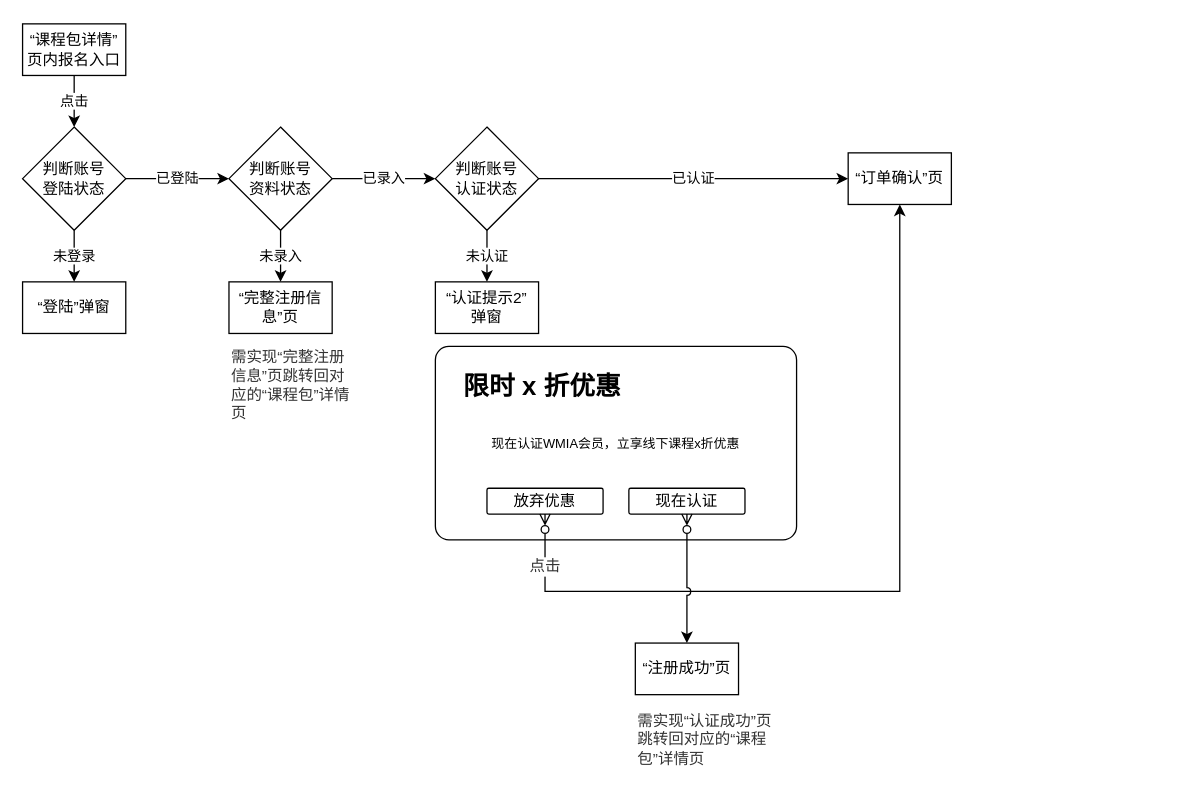
teengrouns/diagrams keeps this draw.io diagram as page "线下课程与报名" (7 of 10) of miaDentist_P2.drawio. Above is the earlier version. Source tidied: cells renumbered, new cells numbered last; positions are measured from the earlier drawing's top-left corner, leaving out a move shared by most shapes. Both pictures are drawn from the tidied source at 129%, with x=0, y=0 at pixel (22, 23).
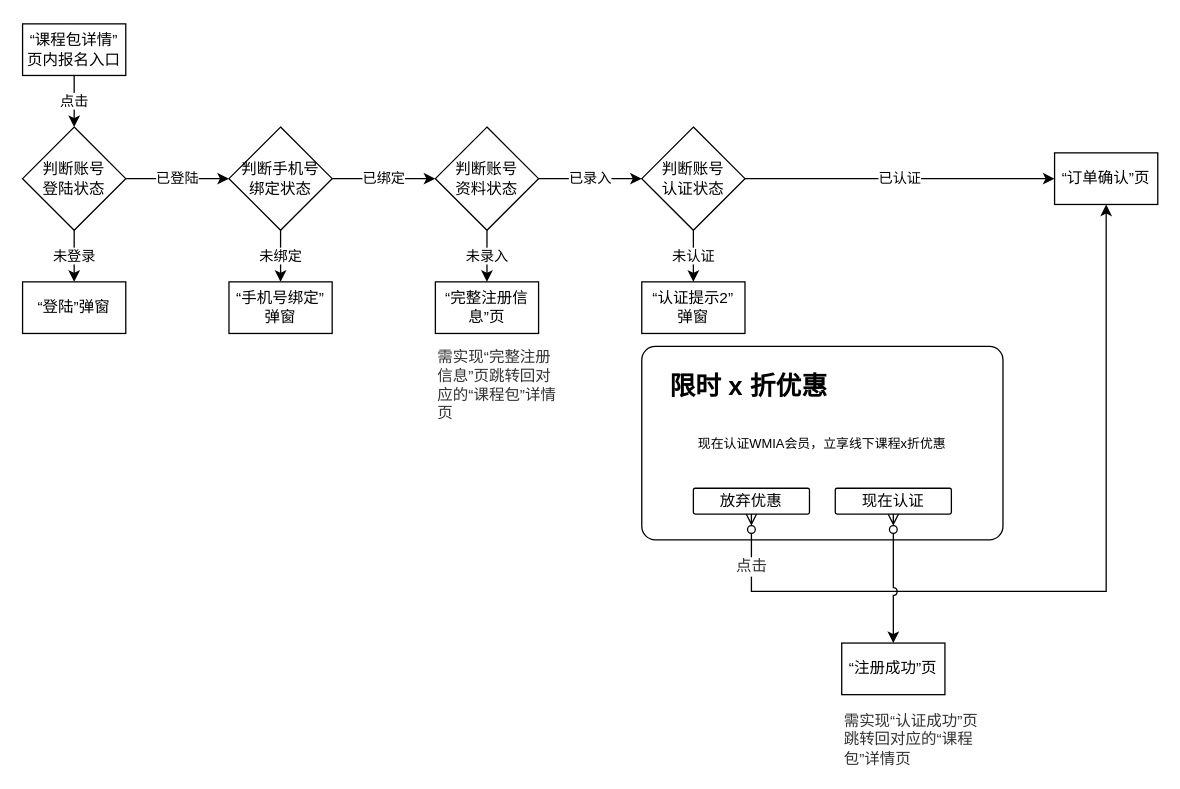
After the change.

Unchanged cells that the change refers to:
```xml
<mxCell id="15" value="放弃优惠" style="rounded=1;whiteSpace=wrap;html=1;arcSize=7;" parent="11" vertex="1">
  <mxGeometry x="40" y="110" width="90" height="20" as="geometry" />
</mxCell>
<mxCell id="16" value="现在认证" style="rounded=1;whiteSpace=wrap;html=1;arcSize=7;" parent="11" vertex="1">
  <mxGeometry x="150" y="110" width="90" height="20" as="geometry" />
</mxCell>
```

What changed in the source:
```diff
@@
-    <mxCell id="2" style="group;" parent="1" vertex="1">
-      <mxGeometry width="720" height="570" as="geometry" />
-    </mxCell>
+    <mxCell id="29" style="group;" parent="1" vertex="1">
+      <mxGeometry width="880" height="570" as="geometry" />
+    </mxCell>
-    <mxCell id="3" value="“课程包详情”页内报名入口" style="rounded=0;whiteSpace=wrap;html=1;" parent="2" vertex="1">
+    <mxCell id="3" value="“课程包详情”页内报名入口" style="rounded=0;whiteSpace=wrap;html=1;" parent="29" vertex="1">
       <mxGeometry width="80" height="40" as="geometry" />
     </mxCell>
-    <mxCell id="4" value="判断账号&lt;br&gt;登陆状态" style="rhombus;whiteSpace=wrap;html=1;" parent="2" vertex="1">
+    <mxCell id="4" value="判断账号&lt;br&gt;登陆状态" style="rhombus;whiteSpace=wrap;html=1;" parent="29" vertex="1">
       <mxGeometry y="80" width="80" height="80" as="geometry" />
     </mxCell>
-    <mxCell id="5" value="点击" style="edgeStyle=orthogonalEdgeStyle;rounded=0;jettySize=auto;html=1;entryX=0.5;entryY=0;entryDx=0;entryDy=0;" parent="2" edge="1" source="3" target="4">
+    <mxCell id="5" value="点击" style="edgeStyle=orthogonalEdgeStyle;rounded=0;jettySize=auto;html=1;entryX=0.5;entryY=0;entryDx=0;entryDy=0;" parent="29" edge="1" source="3" target="4">
       <mxGeometry relative="1" as="geometry" />
     </mxCell>
-    <mxCell id="6" value="“登陆”弹窗" style="rounded=0;whiteSpace=wrap;html=1;" parent="2" vertex="1">
+    <mxCell id="6" value="“登陆”弹窗" style="rounded=0;whiteSpace=wrap;html=1;" parent="29" vertex="1">
       <mxGeometry y="200" width="80" height="40" as="geometry" />
     </mxCell>
-    <mxCell id="7" value="未登录" style="edgeStyle=orthogonalEdgeStyle;rounded=0;jettySize=auto;html=1;entryX=0.5;entryY=0;entryDx=0;entryDy=0;" parent="2" edge="1" source="4" target="6">
+    <mxCell id="7" value="未登录" style="edgeStyle=orthogonalEdgeStyle;rounded=0;jettySize=auto;html=1;entryX=0.5;entryY=0;entryDx=0;entryDy=0;" parent="29" edge="1" source="4" target="6">
       <mxGeometry relative="1" as="geometry" />
     </mxCell>
-    <mxCell id="8" value="判断账号&lt;br&gt;认证状态" style="rhombus;whiteSpace=wrap;html=1;" parent="2" vertex="1">
-      <mxGeometry x="320" y="80" width="80" height="80" as="geometry" />
+    <mxCell id="8" value="判断账号&lt;br&gt;认证状态" style="rhombus;whiteSpace=wrap;html=1;" parent="29" vertex="1">
+      <mxGeometry x="480" y="80" width="80" height="80" as="geometry" />
     </mxCell>
-    <mxCell id="9" value="“认证提示2”&lt;br&gt;弹窗" style="rounded=0;whiteSpace=wrap;html=1;" parent="2" vertex="1">
-      <mxGeometry x="320" y="200" width="80" height="40" as="geometry" />
+    <mxCell id="9" value="“认证提示2”&lt;br&gt;弹窗" style="rounded=0;whiteSpace=wrap;html=1;" parent="29" vertex="1">
+      <mxGeometry x="480" y="200" width="80" height="40" as="geometry" />
     </mxCell>
-    <mxCell id="10" value="未认证" style="edgeStyle=orthogonalEdgeStyle;rounded=0;jettySize=auto;html=1;entryX=0.5;entryY=0;entryDx=0;entryDy=0;" parent="2" edge="1" source="8" target="9">
+    <mxCell id="10" value="未认证" style="edgeStyle=orthogonalEdgeStyle;rounded=0;jettySize=auto;html=1;entryX=0.5;entryY=0;entryDx=0;entryDy=0;" parent="29" edge="1" source="8" target="9">
       <mxGeometry relative="1" as="geometry" />
     </mxCell>
-    <mxCell id="11" style="group;" parent="2" vertex="1">
-      <mxGeometry x="320" y="250" width="280" height="150" as="geometry" />
+    <mxCell id="11" style="group;" parent="29" vertex="1">
+      <mxGeometry x="480" y="250" width="280" height="150" as="geometry" />
     </mxCell>
@@
-    <mxCell id="17" value="“订单确认”页" style="rounded=0;whiteSpace=wrap;html=1;" parent="2" vertex="1">
-      <mxGeometry x="640" y="100" width="80" height="40" as="geometry" />
+    <mxCell id="17" value="“订单确认”页" style="rounded=0;whiteSpace=wrap;html=1;" parent="29" vertex="1">
+      <mxGeometry x="800" y="100" width="80" height="40" as="geometry" />
     </mxCell>
-    <mxCell id="18" value="已认证" style="edgeStyle=orthogonalEdgeStyle;rounded=0;jettySize=auto;html=1;entryX=0;entryY=0.5;entryDx=0;entryDy=0;" parent="2" edge="1" source="8" target="17">
+    <mxCell id="18" value="已认证" style="edgeStyle=orthogonalEdgeStyle;rounded=0;jettySize=auto;html=1;entryX=0;entryY=0.5;entryDx=0;entryDy=0;" parent="29" edge="1" source="8" target="17">
       <mxGeometry relative="1" as="geometry" />
     </mxCell>
-    <mxCell id="19" value="已录入" style="edgeStyle=orthogonalEdgeStyle;rounded=0;jettySize=auto;html=1;entryX=0;entryY=0.5;entryDx=0;entryDy=0;" parent="2" edge="1" source="20" target="8">
+    <mxCell id="19" value="已录入" style="edgeStyle=orthogonalEdgeStyle;rounded=0;jettySize=auto;html=1;entryX=0;entryY=0.5;entryDx=0;entryDy=0;" parent="29" edge="1" source="20" target="8">
       <mxGeometry relative="1" as="geometry" />
     </mxCell>
-    <mxCell id="20" value="判断账号&lt;br&gt;资料状态" style="rhombus;whiteSpace=wrap;html=1;" parent="2" vertex="1">
-      <mxGeometry x="160" y="80" width="80" height="80" as="geometry" />
+    <mxCell id="20" value="判断账号&lt;br&gt;资料状态" style="rhombus;whiteSpace=wrap;html=1;" parent="29" vertex="1">
+      <mxGeometry x="320" y="80" width="80" height="80" as="geometry" />
     </mxCell>
-    <mxCell id="21" value="已登陆" style="edgeStyle=orthogonalEdgeStyle;rounded=0;jettySize=auto;html=1;entryX=0;entryY=0.5;entryDx=0;entryDy=0;" parent="2" edge="1" source="4" target="20">
+    <mxCell id="21" value="已登陆" style="edgeStyle=orthogonalEdgeStyle;rounded=0;jettySize=auto;html=1;entryX=0;entryY=0.5;entryDx=0;entryDy=0;" parent="29" edge="1" source="4" target="31">
       <mxGeometry relative="1" as="geometry" />
     </mxCell>
-    <mxCell id="22" value="“完整注册信息”页" style="rounded=0;whiteSpace=wrap;html=1;" parent="2" vertex="1">
-      <mxGeometry x="160" y="200" width="80" height="40" as="geometry" />
+    <mxCell id="22" value="“完整注册信息”页" style="rounded=0;whiteSpace=wrap;html=1;" parent="29" vertex="1">
+      <mxGeometry x="320" y="200" width="80" height="40" as="geometry" />
     </mxCell>
-    <mxCell id="23" value="需实现“完整注册信息”页跳转回对应的“课程包”详情页" style="text;html=1;strokeColor=none;fillColor=none;align=left;verticalAlign=middle;whiteSpace=wrap;rounded=0;fontSize=12;fontColor=#333333;" parent="2" vertex="1">
-      <mxGeometry x="160" y="250" width="100" height="60" as="geometry" />
+    <mxCell id="23" value="需实现“完整注册信息”页跳转回对应的“课程包”详情页" style="text;html=1;strokeColor=none;fillColor=none;align=left;verticalAlign=middle;whiteSpace=wrap;rounded=0;fontSize=12;fontColor=#333333;" parent="29" vertex="1">
+      <mxGeometry x="320" y="250" width="100" height="60" as="geometry" />
     </mxCell>
-    <mxCell id="24" value="未录入" style="edgeStyle=orthogonalEdgeStyle;rounded=0;jettySize=auto;html=1;entryX=0.5;entryY=0;entryDx=0;entryDy=0;" parent="2" edge="1" source="20" target="22">
+    <mxCell id="24" value="未录入" style="edgeStyle=orthogonalEdgeStyle;rounded=0;jettySize=auto;html=1;entryX=0.5;entryY=0;entryDx=0;entryDy=0;" parent="29" edge="1" source="20" target="22">
       <mxGeometry relative="1" as="geometry" />
     </mxCell>
-    <mxCell id="25" value="点击" style="edgeStyle=orthogonalEdgeStyle;rounded=0;jumpStyle=arc;jettySize=auto;html=1;entryX=0.5;entryY=1;entryDx=0;entryDy=0;fontSize=12;fontColor=#333333;startArrow=ERzeroToMany;startFill=0;exitX=0.5;exitY=1;exitDx=0;exitDy=0;" parent="2" edge="1" source="15" target="17">
+    <mxCell id="25" value="点击" style="edgeStyle=orthogonalEdgeStyle;rounded=0;jumpStyle=arc;jettySize=auto;html=1;entryX=0.5;entryY=1;entryDx=0;entryDy=0;fontSize=12;fontColor=#333333;startArrow=ERzeroToMany;startFill=0;exitX=0.5;exitY=1;exitDx=0;exitDy=0;" parent="29" edge="1" source="15" target="17">
       <mxGeometry x="-0.87" relative="1" as="geometry">
         <Array as="points">
-          <mxPoint x="405" y="440" />
-          <mxPoint x="680" y="440" />
+          <mxPoint x="565" y="440" />
+          <mxPoint x="840" y="440" />
         </Array>
       </mxGeometry>
     </mxCell>
-    <mxCell id="26" value="“注册成功”页" style="rounded=0;whiteSpace=wrap;html=1;" parent="2" vertex="1">
-      <mxGeometry x="475" y="480" width="80" height="40" as="geometry" />
+    <mxCell id="26" value="“注册成功”页" style="rounded=0;whiteSpace=wrap;html=1;" parent="29" vertex="1">
+      <mxGeometry x="635" y="480" width="80" height="40" as="geometry" />
     </mxCell>
-    <mxCell id="27" style="edgeStyle=orthogonalEdgeStyle;rounded=0;jumpStyle=arc;jettySize=auto;html=1;entryX=0.5;entryY=0;entryDx=0;entryDy=0;fontSize=12;fontColor=#333333;startArrow=ERzeroToMany;startFill=0;" parent="2" edge="1" source="16" target="26">
+    <mxCell id="27" style="edgeStyle=orthogonalEdgeStyle;rounded=0;jumpStyle=arc;jettySize=auto;html=1;entryX=0.5;entryY=0;entryDx=0;entryDy=0;fontSize=12;fontColor=#333333;startArrow=ERzeroToMany;startFill=0;" parent="29" edge="1" source="16" target="26">
       <mxGeometry relative="1" as="geometry" />
     </mxCell>
-    <mxCell id="28" value="需实现“认证成功”页跳转回对应的“课程包”详情页" style="text;html=1;strokeColor=none;fillColor=none;align=left;verticalAlign=middle;whiteSpace=wrap;rounded=0;fontSize=12;fontColor=#333333;" parent="2" vertex="1">
-      <mxGeometry x="475" y="540" width="110" height="30" as="geometry" />
+    <mxCell id="28" value="需实现“认证成功”页跳转回对应的“课程包”详情页" style="text;html=1;strokeColor=none;fillColor=none;align=left;verticalAlign=middle;whiteSpace=wrap;rounded=0;fontSize=12;fontColor=#333333;" parent="29" vertex="1">
+      <mxGeometry x="635" y="540" width="110" height="30" as="geometry" />
     </mxCell>
+    <mxCell id="30" value="已绑定" style="edgeStyle=orthogonalEdgeStyle;rounded=0;jumpStyle=arc;jettySize=auto;html=1;entryX=0;entryY=0.5;entryDx=0;entryDy=0;startArrow=none;startFill=0;" parent="29" edge="1" source="31" target="20">
+      <mxGeometry relative="1" as="geometry" />
+    </mxCell>
+    <mxCell id="31" value="判断手机号&lt;br&gt;绑定状态" style="rhombus;whiteSpace=wrap;html=1;" parent="29" vertex="1">
+      <mxGeometry x="160" y="80" width="80" height="80" as="geometry" />
+    </mxCell>
+    <mxCell id="32" value="“手机号绑定”&lt;br&gt;弹窗" style="rounded=0;whiteSpace=wrap;html=1;" parent="29" vertex="1">
+      <mxGeometry x="160" y="200" width="80" height="40" as="geometry" />
+    </mxCell>
+    <mxCell id="33" value="未绑定" style="edgeStyle=orthogonalEdgeStyle;rounded=0;jumpStyle=arc;jettySize=auto;html=1;entryX=0.5;entryY=0;entryDx=0;entryDy=0;startArrow=none;startFill=0;" parent="29" edge="1" source="31" target="32">
+      <mxGeometry relative="1" as="geometry" />
+    </mxCell>
```
